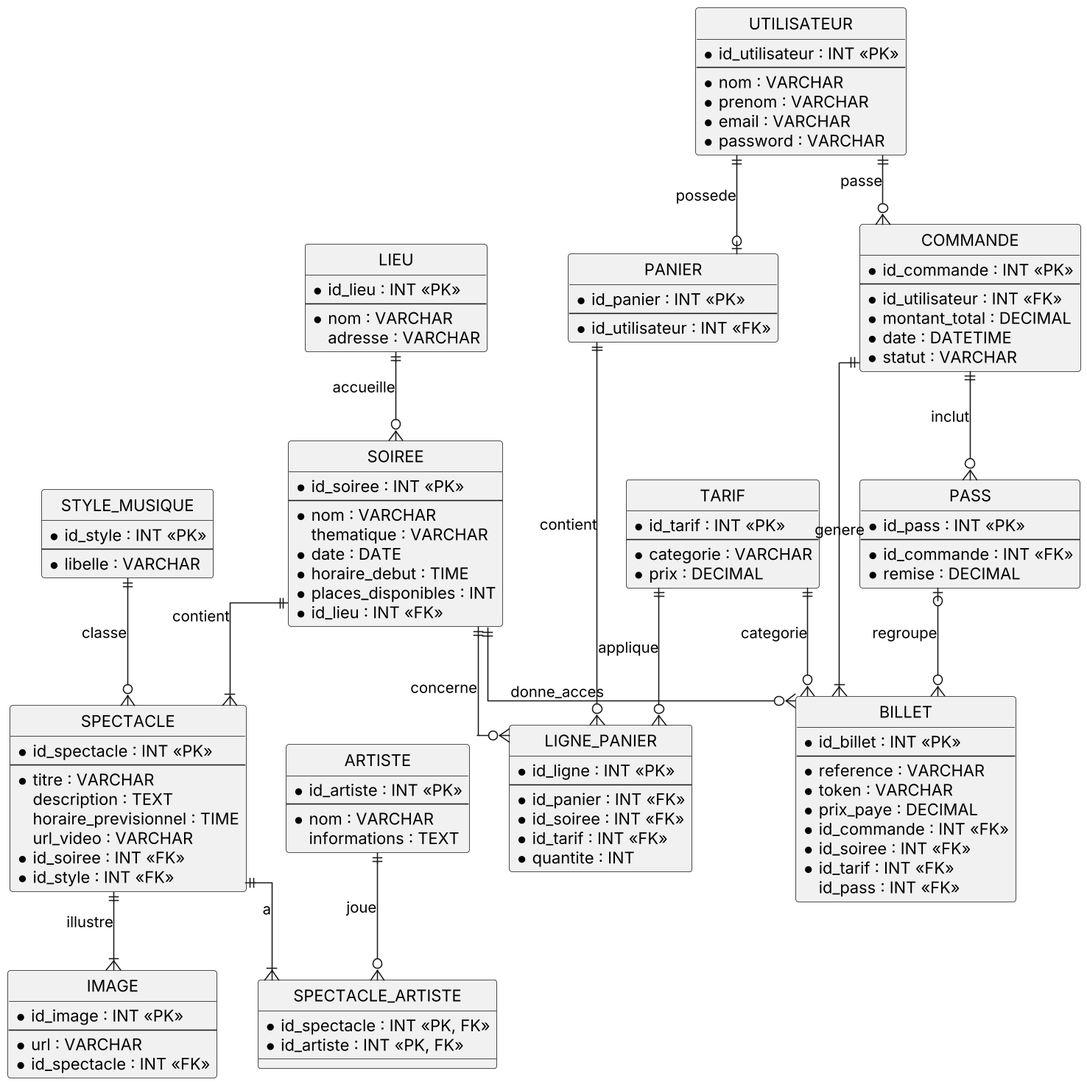
delat-max/Atelier-Projet-de-developpement-web-1 keeps this PlantUML diagram as diagrammes_nrv/diagrammes/02_schema_bd.png. Above is the earlier version. Its source is kept beside it as diagrammes_nrv/diagrammes/02_schema_bd.puml. The source it was exported from:
```plantuml
@startuml 02_schema_bd

hide circle
skinparam dpi 150
skinparam linetype ortho
skinparam shadowing false

entity LIEU {
  * id_lieu : INT <<PK>>
  --
  * nom : VARCHAR
  adresse : VARCHAR
}

entity SOIREE {
  * id_soiree : INT <<PK>>
  --
  * nom : VARCHAR
  thematique : VARCHAR
  * date : DATE
  * horaire_debut : TIME
  * places_disponibles : INT
  * id_lieu : INT <<FK>>
}

entity TARIF {
  * id_tarif : INT <<PK>>
  --
  * categorie : VARCHAR
  * prix : DECIMAL
}

entity STYLE_MUSIQUE {
  * id_style : INT <<PK>>
  --
  * libelle : VARCHAR
}

entity SPECTACLE {
  * id_spectacle : INT <<PK>>
  --
  * titre : VARCHAR
  description : TEXT
  horaire_previsionnel : TIME
  url_video : VARCHAR
  * id_soiree : INT <<FK>>
  * id_style : INT <<FK>>
}

entity IMAGE {
  * id_image : INT <<PK>>
  --
  * url : VARCHAR
  * id_spectacle : INT <<FK>>
}

entity ARTISTE {
  * id_artiste : INT <<PK>>
  --
  * nom : VARCHAR
  informations : TEXT
}

entity SPECTACLE_ARTISTE {
  * id_spectacle : INT <<PK, FK>>
  * id_artiste : INT <<PK, FK>>
}

entity UTILISATEUR {
  * id_utilisateur : INT <<PK>>
  --
  * nom : VARCHAR
  * prenom : VARCHAR
  * email : VARCHAR
  * password : VARCHAR
}

entity PANIER {
  * id_panier : INT <<PK>>
  --
  * id_utilisateur : INT <<FK>>
}

entity LIGNE_PANIER {
  * id_ligne : INT <<PK>>
  --
  * id_panier : INT <<FK>>
  * id_soiree : INT <<FK>>
  * id_tarif : INT <<FK>>
  * quantite : INT
}

entity COMMANDE {
  * id_commande : INT <<PK>>
  --
  * id_utilisateur : INT <<FK>>
  * montant_total : DECIMAL
  * date : DATETIME
  * statut : VARCHAR
}

entity PASS {
  * id_pass : INT <<PK>>
  --
  * id_commande : INT <<FK>>
  * remise : DECIMAL
}

entity BILLET {
  * id_billet : INT <<PK>>
  --
  * reference : VARCHAR
  * token : VARCHAR
  * prix_paye : DECIMAL
  * id_commande : INT <<FK>>
  * id_soiree : INT <<FK>>
  * id_tarif : INT <<FK>>
  id_pass : INT <<FK>>
}

LIEU ||--o{ SOIREE : accueille
SOIREE ||--|{ SPECTACLE : contient
STYLE_MUSIQUE ||--o{ SPECTACLE : classe
SPECTACLE ||--|{ IMAGE : illustre
SPECTACLE ||--|{ SPECTACLE_ARTISTE : a
ARTISTE ||--o{ SPECTACLE_ARTISTE : joue

UTILISATEUR ||--o| PANIER : possede
PANIER ||--o{ LIGNE_PANIER : contient
SOIREE ||--o{ LIGNE_PANIER : concerne
TARIF ||--o{ LIGNE_PANIER : applique
UTILISATEUR ||--o{ COMMANDE : passe
COMMANDE ||--|{ BILLET : genere
COMMANDE ||--o{ PASS : inclut
PASS |o--o{ BILLET : regroupe
SOIREE ||--o{ BILLET : donne_acces
TARIF ||--o{ BILLET : categorie

@enduml
```
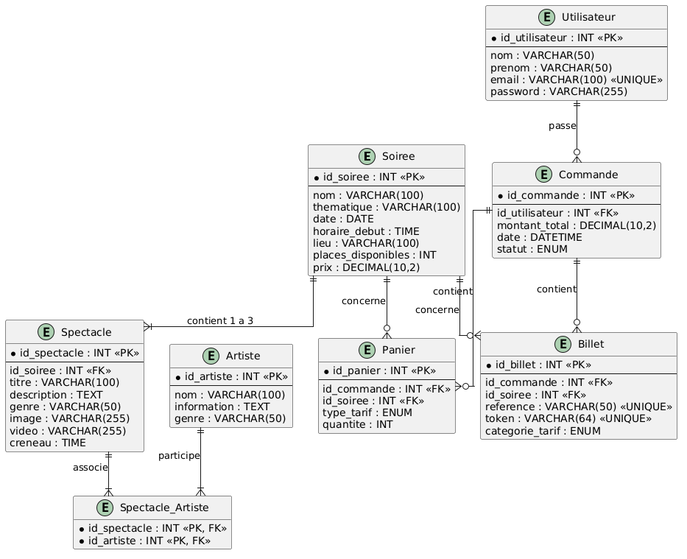
The same file after the commit.

Diff of the diagram source:
```diff
@@ -1,139 +1,89 @@
-@startuml 02_schema_bd
+@startuml
+hide methods
+hide stereotypes
+skinparam linetype ortho
 
-hide circle
-skinparam dpi 150
-skinparam linetype ortho
-skinparam shadowing false
-
-entity LIEU {
-  * id_lieu : INT <<PK>>
+entity "Soiree" as soiree {
+  * id_soiree : INT <<PK>>
   --
-  * nom : VARCHAR
-  adresse : VARCHAR
+  nom : VARCHAR(100)
+  thematique : VARCHAR(100)
+  date : DATE
+  horaire_debut : TIME
+  lieu : VARCHAR(100)
+  places_disponibles : INT
+  prix : DECIMAL(10,2)
 }
 
-entity SOIREE {
-  * id_soiree : INT <<PK>>
+entity "Spectacle" as spectacle {
+  * id_spectacle : INT <<PK>>
   --
-  * nom : VARCHAR
-  thematique : VARCHAR
-  * date : DATE
-  * horaire_debut : TIME
-  * places_disponibles : INT
-  * id_lieu : INT <<FK>>
+  id_soiree : INT <<FK>>
+  titre : VARCHAR(100)
+  description : TEXT
+  genre : VARCHAR(50)
+  image : VARCHAR(255)
+  video : VARCHAR(255)
+  creneau : TIME
 }
 
-entity TARIF {
-  * id_tarif : INT <<PK>>
-  --
-  * categorie : VARCHAR
-  * prix : DECIMAL
-}
-
-entity STYLE_MUSIQUE {
-  * id_style : INT <<PK>>
-  --
-  * libelle : VARCHAR
-}
-
-entity SPECTACLE {
-  * id_spectacle : INT <<PK>>
-  --
-  * titre : VARCHAR
-  description : TEXT
-  horaire_previsionnel : TIME
-  url_video : VARCHAR
-  * id_soiree : INT <<FK>>
-  * id_style : INT <<FK>>
-}
-
-entity IMAGE {
-  * id_image : INT <<PK>>
-  --
-  * url : VARCHAR
-  * id_spectacle : INT <<FK>>
-}
-
-entity ARTISTE {
-  * id_artiste : INT <<PK>>
-  --
-  * nom : VARCHAR
-  informations : TEXT
-}
-
-entity SPECTACLE_ARTISTE {
+entity "Spectacle_Artiste" as spectacle_artiste {
   * id_spectacle : INT <<PK, FK>>
   * id_artiste : INT <<PK, FK>>
 }
 
-entity UTILISATEUR {
+entity "Artiste" as artiste {
+  * id_artiste : INT <<PK>>
+  --
+  nom : VARCHAR(100)
+  information : TEXT
+  genre : VARCHAR(50)
+}
+
+entity "Utilisateur" as utilisateur {
   * id_utilisateur : INT <<PK>>
   --
-  * nom : VARCHAR
-  * prenom : VARCHAR
-  * email : VARCHAR
-  * password : VARCHAR
+  nom : VARCHAR(50)
+  prenom : VARCHAR(50)
+  email : VARCHAR(100) <<UNIQUE>>
+  password : VARCHAR(255)
 }
 
-entity PANIER {
+entity "Commande" as commande {
+  * id_commande : INT <<PK>>
+  --
+  id_utilisateur : INT <<FK>>
+  montant_total : DECIMAL(10,2)
+  date : DATETIME
+  statut : ENUM
+}
+
+entity "Panier" as panier {
   * id_panier : INT <<PK>>
   --
-  * id_utilisateur : INT <<FK>>
+  id_commande : INT <<FK>>
+  id_soiree : INT <<FK>>
+  type_tarif : ENUM
+  quantite : INT
 }
 
-entity LIGNE_PANIER {
-  * id_ligne : INT <<PK>>
+entity "Billet" as billet {
+  * id_billet : INT <<PK>>
   --
-  * id_panier : INT <<FK>>
-  * id_soiree : INT <<FK>>
-  * id_tarif : INT <<FK>>
-  * quantite : INT
+  id_commande : INT <<FK>>
+  id_soiree : INT <<FK>>
+  reference : VARCHAR(50) <<UNIQUE>>
+  token : VARCHAR(64) <<UNIQUE>>
+  categorie_tarif : ENUM
 }
 
-entity COMMANDE {
-  * id_commande : INT <<PK>>
-  --
-  * id_utilisateur : INT <<FK>>
-  * montant_total : DECIMAL
-  * date : DATETIME
-  * statut : VARCHAR
-}
-
-entity PASS {
-  * id_pass : INT <<PK>>
-  --
-  * id_commande : INT <<FK>>
-  * remise : DECIMAL
-}
-
-entity BILLET {
-  * id_billet : INT <<PK>>
-  --
-  * reference : VARCHAR
-  * token : VARCHAR
-  * prix_paye : DECIMAL
-  * id_commande : INT <<FK>>
-  * id_soiree : INT <<FK>>
-  * id_tarif : INT <<FK>>
-  id_pass : INT <<FK>>
-}
-
-LIEU ||--o{ SOIREE : accueille
-SOIREE ||--|{ SPECTACLE : contient
-STYLE_MUSIQUE ||--o{ SPECTACLE : classe
-SPECTACLE ||--|{ IMAGE : illustre
-SPECTACLE ||--|{ SPECTACLE_ARTISTE : a
-ARTISTE ||--o{ SPECTACLE_ARTISTE : joue
-
-UTILISATEUR ||--o| PANIER : possede
-PANIER ||--o{ LIGNE_PANIER : contient
-SOIREE ||--o{ LIGNE_PANIER : concerne
-TARIF ||--o{ LIGNE_PANIER : applique
-UTILISATEUR ||--o{ COMMANDE : passe
-COMMANDE ||--|{ BILLET : genere
-COMMANDE ||--o{ PASS : inclut
-PASS |o--o{ BILLET : regroupe
-SOIREE ||--o{ BILLET : donne_acces
-TARIF ||--o{ BILLET : categorie
+soiree ||--|{ spectacle : contient 1 a 3
+spectacle ||--|{ spectacle_artiste : associe
+artiste ||--|{ spectacle_artiste : participe
+utilisateur ||--o{ commande : passe
+commande ||--o{ panier : contient
+soiree ||--o{ panier : concerne
+commande ||--o{ billet : contient
+soiree ||--o{ billet : concerne
 
 @enduml
```
